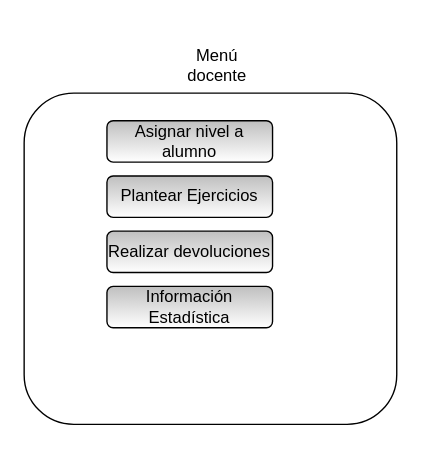
Before: page "4-Menú Docente" (4 of 16) of Formularios.drawio in fdearmas96/ObligatorioP1, a draw.io diagram. Source tidied: cells renumbered, new cells numbered last; positions are measured from the earlier drawing's top-left corner, leaving out a move shared by most shapes. Both pictures are drawn from the tidied source at 138%, with x=0, y=0 at pixel (23, 51).
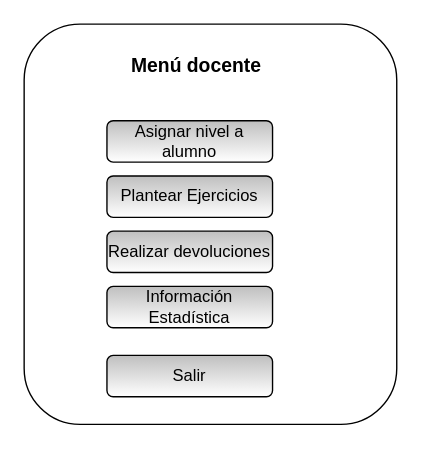
Above is the later version.

The edit, as a diff of the source:
```diff
@@
 <mxGraphModel>
   <root>
     <mxCell id="0" />
     <mxCell id="1" parent="0" />
     <mxCell id="2" style="rounded=1;whiteSpace=wrap;html=1;" parent="1" vertex="1">
-      <mxGeometry y="30" width="270" height="240" as="geometry" />
+      <mxGeometry y="-20" width="270" height="290" as="geometry" />
     </mxCell>
-    <mxCell id="3" value="Menú docente&lt;br&gt;" style="text;html=1;strokeColor=none;fillColor=none;align=center;verticalAlign=middle;whiteSpace=wrap;rounded=0;" parent="1" vertex="1">
-      <mxGeometry x="120" width="40" height="20" as="geometry" />
+    <mxCell id="3" value="&lt;b&gt;&lt;font style=&quot;font-size: 14px&quot;&gt;Menú docente&lt;/font&gt;&lt;/b&gt;" style="text;html=1;strokeColor=none;fillColor=none;align=center;verticalAlign=middle;whiteSpace=wrap;rounded=0;" parent="1" vertex="1">
+      <mxGeometry x="70" width="110" height="20" as="geometry" />
     </mxCell>
     <mxCell id="4" value="Asignar nivel a alumno" style="rounded=1;whiteSpace=wrap;html=1;gradientColor=#ffffff;fillColor=#BFBFBF;" parent="1" vertex="1">
       <mxGeometry x="60" y="50" width="120" height="30" as="geometry" />
     </mxCell>
     <mxCell id="5" value="Plantear Ejercicios" style="rounded=1;whiteSpace=wrap;html=1;gradientColor=#ffffff;fillColor=#BFBFBF;" parent="1" vertex="1">
       <mxGeometry x="60" y="90" width="120" height="30" as="geometry" />
     </mxCell>
     <mxCell id="6" value="Realizar devoluciones" style="rounded=1;whiteSpace=wrap;html=1;gradientColor=#ffffff;fillColor=#BFBFBF;" parent="1" vertex="1">
       <mxGeometry x="60" y="130" width="120" height="30" as="geometry" />
     </mxCell>
     <mxCell id="7" value="Información Estadística" style="rounded=1;whiteSpace=wrap;html=1;gradientColor=#ffffff;fillColor=#BFBFBF;" parent="1" vertex="1">
       <mxGeometry x="60" y="170" width="120" height="30" as="geometry" />
     </mxCell>
+    <mxCell id="8" value="Salir&lt;br&gt;" style="rounded=1;whiteSpace=wrap;html=1;gradientColor=#ffffff;fillColor=#BFBFBF;" parent="1" vertex="1">
+      <mxGeometry x="60" y="220" width="120" height="30" as="geometry" />
+    </mxCell>
   </root>
 </mxGraphModel>
```
